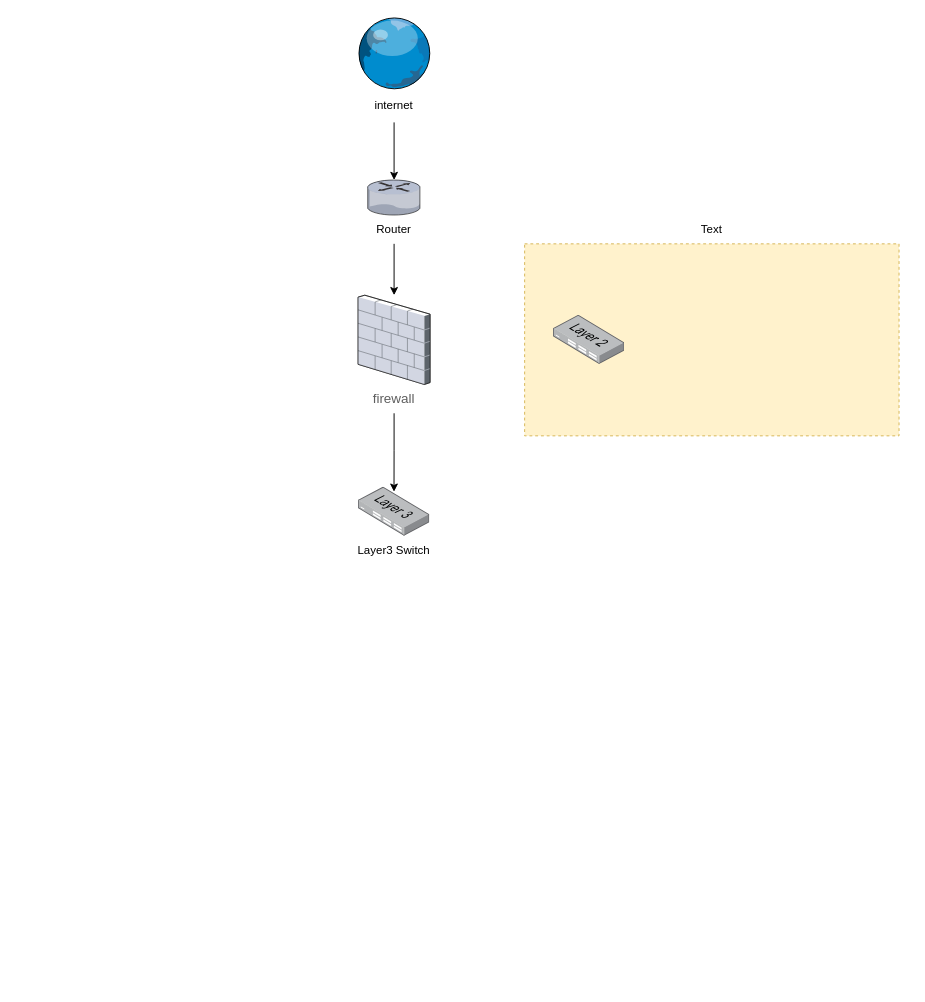
Earlier version of the draw.io diagram 未命名绘图.drawio (aggujhh/my_draws). Source tidied: cells renumbered, new cells numbered last; positions are measured from the earlier drawing's top-left corner, leaving out a move shared by most shapes. Both pictures are drawn from the tidied source at 96%, with x=0, y=0 at pixel (355, 16).
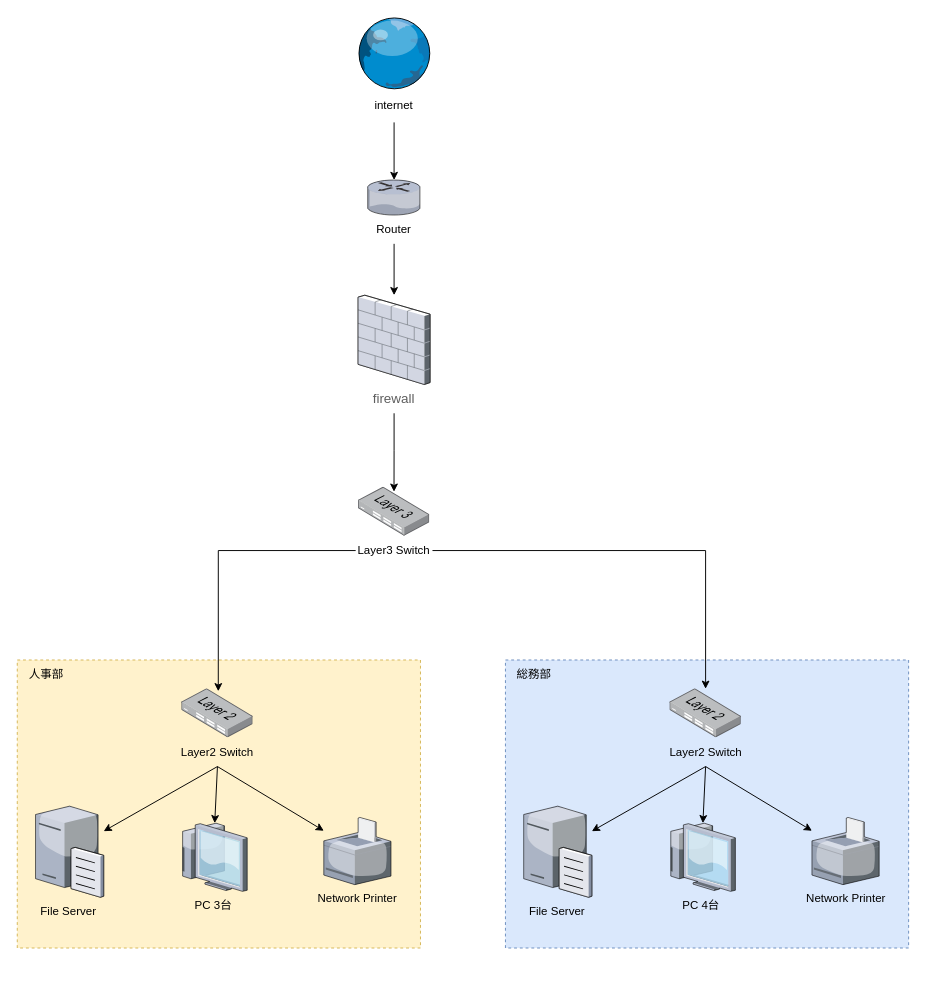
Above is the later version.

Commit message (it also covers changes not shown here):
更新未命名绘图.drawio

Unchanged cells that the change refers to:
```xml
<mxCell id="15" value="Layer3 Switch" style="text;strokeColor=none;align=center;fillColor=none;html=1;verticalAlign=middle;whiteSpace=wrap;rounded=0;" parent="13" vertex="1">
  <mxGeometry y="51" width="80" height="30" as="geometry" />
</mxCell>
```

Diff of the diagram source:
```diff
@@
+    <mxCell id="20" style="group;" parent="1" vertex="1">
+      <mxGeometry x="-352.5" y="670" width="420" height="340" as="geometry" />
+    </mxCell>
+    <mxCell id="21" style="group;" parent="20" vertex="1">
+      <mxGeometry width="420" height="340" as="geometry" />
+    </mxCell>
-    <mxCell id="17" style="rounded=0;whiteSpace=wrap;html=1;dashed=1;fillColor=#fff2cc;strokeColor=#d6b656;" parent="1" vertex="1">
-      <mxGeometry x="176" y="236.5" width="390" height="200" as="geometry" />
+    <mxCell id="17" style="rounded=0;whiteSpace=wrap;html=1;dashed=1;fillColor=#fff2cc;strokeColor=#d6b656;" parent="21" vertex="1">
+      <mxGeometry width="420" height="300" as="geometry" />
     </mxCell>
+    <mxCell id="19" value="人事部" style="text;strokeColor=none;align=center;fillColor=none;html=1;verticalAlign=middle;whiteSpace=wrap;rounded=0;" parent="21" vertex="1">
+      <mxGeometry width="60" height="30" as="geometry" />
+    </mxCell>
+    <mxCell id="22" style="group;" parent="21" vertex="1">
+      <mxGeometry x="168.5" y="30" width="80" height="81" as="geometry" />
+    </mxCell>
-    <mxCell id="18" style="image;points=[];html=1;align=center;shadow=0;dashed=0;image=img/lib/allied_telesis/switch/Switch_24_port_L2.svg;" parent="1" vertex="1">
-      <mxGeometry x="206" y="311" width="74.4" height="51" as="geometry" />
+    <mxCell id="18" style="image;points=[];html=1;align=center;shadow=0;dashed=0;image=img/lib/allied_telesis/switch/Switch_24_port_L2.svg;" parent="22" vertex="1">
+      <mxGeometry x="2.8" width="74.4" height="51" as="geometry" />
     </mxCell>
-    <mxCell id="19" value="Text" style="text;strokeColor=none;align=center;fillColor=none;html=1;verticalAlign=middle;whiteSpace=wrap;rounded=0;" parent="1" vertex="1">
-      <mxGeometry x="341" y="206.5" width="60" height="30" as="geometry" />
-    </mxCell>
+    <mxCell id="23" value="Layer2 Switch" style="text;strokeColor=none;align=center;fillColor=none;html=1;verticalAlign=middle;whiteSpace=wrap;rounded=0;" parent="22" vertex="1">
+      <mxGeometry y="51" width="80" height="30" as="geometry" />
+    </mxCell>
+    <mxCell id="24" style="group;" parent="21" vertex="1">
+      <mxGeometry x="18.5" y="150" width="71.5" height="127" as="geometry" />
+    </mxCell>
+    <mxCell id="25" style="verticalLabelPosition=bottom;sketch=0;html=1;verticalAlign=top;strokeColor=none;align=center;outlineConnect=0;shape=mxgraph.citrix.file_server;" parent="24" vertex="1">
+      <mxGeometry x="0.5" width="71" height="97" as="geometry" />
+    </mxCell>
+    <mxCell id="26" value="File Server" style="text;strokeColor=none;align=center;fillColor=none;html=1;verticalAlign=middle;whiteSpace=wrap;rounded=0;" parent="24" vertex="1">
+      <mxGeometry y="97" width="70" height="30" as="geometry" />
+    </mxCell>
+    <mxCell id="27" style="group;" parent="21" vertex="1">
+      <mxGeometry x="168.5" y="170" width="71" height="101" as="geometry" />
+    </mxCell>
+    <mxCell id="28" style="verticalLabelPosition=bottom;sketch=0;html=1;verticalAlign=top;strokeColor=none;align=center;outlineConnect=0;shape=mxgraph.citrix.thin_client;" parent="27" vertex="1">
+      <mxGeometry width="71" height="71" as="geometry" />
+    </mxCell>
+    <mxCell id="29" value="PC 3台" style="text;strokeColor=none;align=center;fillColor=none;html=1;verticalAlign=middle;whiteSpace=wrap;rounded=0;" parent="27" vertex="1">
+      <mxGeometry x="5.5" y="71" width="60" height="30" as="geometry" />
+    </mxCell>
+    <mxCell id="30" style="group;" parent="21" vertex="1">
+      <mxGeometry x="308.5" y="164" width="91.5" height="100" as="geometry" />
+    </mxCell>
+    <mxCell id="31" style="verticalLabelPosition=bottom;sketch=0;html=1;verticalAlign=top;strokeColor=none;align=center;outlineConnect=0;shape=mxgraph.citrix.printer;" parent="30" vertex="1">
+      <mxGeometry x="10.8" width="70" height="70" as="geometry" />
+    </mxCell>
+    <mxCell id="32" value="Network Printer" style="text;strokeColor=none;align=center;fillColor=none;html=1;verticalAlign=middle;whiteSpace=wrap;rounded=0;" parent="30" vertex="1">
+      <mxGeometry y="70" width="91.5" height="30" as="geometry" />
+    </mxCell>
+    <mxCell id="33" style="endArrow=classic;html=1;rounded=0;exitX=0.5;exitY=1;exitDx=0;exitDy=0;" parent="21" edge="1" source="23" target="28">
+      <mxGeometry relative="1" as="geometry" />
+    </mxCell>
+    <mxCell id="34" style="endArrow=classic;html=1;rounded=0;exitX=0.5;exitY=1;exitDx=0;exitDy=0;" parent="21" edge="1" source="23" target="31">
+      <mxGeometry relative="1" as="geometry" />
+    </mxCell>
+    <mxCell id="35" style="endArrow=classic;html=1;rounded=0;exitX=0.5;exitY=1;exitDx=0;exitDy=0;" parent="21" edge="1" source="23" target="25">
+      <mxGeometry relative="1" as="geometry" />
+    </mxCell>
+    <mxCell id="36" style="edgeStyle=orthogonalEdgeStyle;rounded=0;jettySize=auto;html=1;entryX=0.512;entryY=0.05;entryDx=0;entryDy=0;entryPerimeter=0;" parent="1" edge="1" source="15" target="18">
+      <mxGeometry relative="1" as="geometry" />
+    </mxCell>
+    <mxCell id="37" style="group;" parent="1" vertex="1">
+      <mxGeometry x="156" y="670" width="420" height="340" as="geometry" />
+    </mxCell>
+    <mxCell id="38" style="group;" parent="37" vertex="1">
+      <mxGeometry width="420" height="340" as="geometry" />
+    </mxCell>
+    <mxCell id="39" style="rounded=0;whiteSpace=wrap;html=1;dashed=1;fillColor=#dae8fc;strokeColor=#6c8ebf;" parent="38" vertex="1">
+      <mxGeometry width="420" height="300" as="geometry" />
+    </mxCell>
+    <mxCell id="40" value="総務部" style="text;strokeColor=none;align=center;fillColor=none;html=1;verticalAlign=middle;whiteSpace=wrap;rounded=0;" parent="38" vertex="1">
+      <mxGeometry width="60" height="30" as="geometry" />
+    </mxCell>
+    <mxCell id="41" style="group;" parent="38" vertex="1">
+      <mxGeometry x="168.5" y="30" width="80" height="81" as="geometry" />
+    </mxCell>
+    <mxCell id="42" style="image;points=[];html=1;align=center;shadow=0;dashed=0;image=img/lib/allied_telesis/switch/Switch_24_port_L2.svg;" parent="41" vertex="1">
+      <mxGeometry x="2.8" width="74.4" height="51" as="geometry" />
+    </mxCell>
+    <mxCell id="43" value="Layer2 Switch" style="text;strokeColor=none;align=center;fillColor=none;html=1;verticalAlign=middle;whiteSpace=wrap;rounded=0;" parent="41" vertex="1">
+      <mxGeometry y="51" width="80" height="30" as="geometry" />
+    </mxCell>
+    <mxCell id="44" style="group;" parent="38" vertex="1">
+      <mxGeometry x="18.5" y="150" width="71.5" height="127" as="geometry" />
+    </mxCell>
+    <mxCell id="45" style="verticalLabelPosition=bottom;sketch=0;html=1;verticalAlign=top;strokeColor=none;align=center;outlineConnect=0;shape=mxgraph.citrix.file_server;" parent="44" vertex="1">
+      <mxGeometry x="0.5" width="71" height="97" as="geometry" />
+    </mxCell>
+    <mxCell id="46" value="File Server" style="text;strokeColor=none;align=center;fillColor=none;html=1;verticalAlign=middle;whiteSpace=wrap;rounded=0;" parent="44" vertex="1">
+      <mxGeometry y="97" width="70" height="30" as="geometry" />
+    </mxCell>
+    <mxCell id="47" style="group;" parent="38" vertex="1">
+      <mxGeometry x="168.5" y="170" width="71" height="101" as="geometry" />
+    </mxCell>
+    <mxCell id="48" style="verticalLabelPosition=bottom;sketch=0;html=1;verticalAlign=top;strokeColor=none;align=center;outlineConnect=0;shape=mxgraph.citrix.thin_client;" parent="47" vertex="1">
+      <mxGeometry width="71" height="71" as="geometry" />
+    </mxCell>
+    <mxCell id="49" value="PC 4台" style="text;strokeColor=none;align=center;fillColor=none;html=1;verticalAlign=middle;whiteSpace=wrap;rounded=0;" parent="47" vertex="1">
+      <mxGeometry x="5.5" y="71" width="60" height="30" as="geometry" />
+    </mxCell>
+    <mxCell id="50" style="group;" parent="38" vertex="1">
+      <mxGeometry x="308.5" y="164" width="91.5" height="100" as="geometry" />
+    </mxCell>
+    <mxCell id="51" style="verticalLabelPosition=bottom;sketch=0;html=1;verticalAlign=top;strokeColor=none;align=center;outlineConnect=0;shape=mxgraph.citrix.printer;" parent="50" vertex="1">
+      <mxGeometry x="10.8" width="70" height="70" as="geometry" />
+    </mxCell>
+    <mxCell id="52" value="Network Printer" style="text;strokeColor=none;align=center;fillColor=none;html=1;verticalAlign=middle;whiteSpace=wrap;rounded=0;" parent="50" vertex="1">
+      <mxGeometry y="70" width="91.5" height="30" as="geometry" />
+    </mxCell>
+    <mxCell id="53" style="endArrow=classic;html=1;rounded=0;exitX=0.5;exitY=1;exitDx=0;exitDy=0;" parent="38" edge="1" source="43" target="48">
+      <mxGeometry relative="1" as="geometry" />
+    </mxCell>
+    <mxCell id="54" style="endArrow=classic;html=1;rounded=0;exitX=0.5;exitY=1;exitDx=0;exitDy=0;" parent="38" edge="1" source="43" target="51">
+      <mxGeometry relative="1" as="geometry" />
+    </mxCell>
+    <mxCell id="55" style="endArrow=classic;html=1;rounded=0;exitX=0.5;exitY=1;exitDx=0;exitDy=0;" parent="38" edge="1" source="43" target="45">
+      <mxGeometry relative="1" as="geometry" />
+    </mxCell>
+    <mxCell id="56" style="edgeStyle=orthogonalEdgeStyle;rounded=0;jettySize=auto;html=1;" parent="1" edge="1" source="15" target="42">
+      <mxGeometry relative="1" as="geometry" />
+    </mxCell>
```
